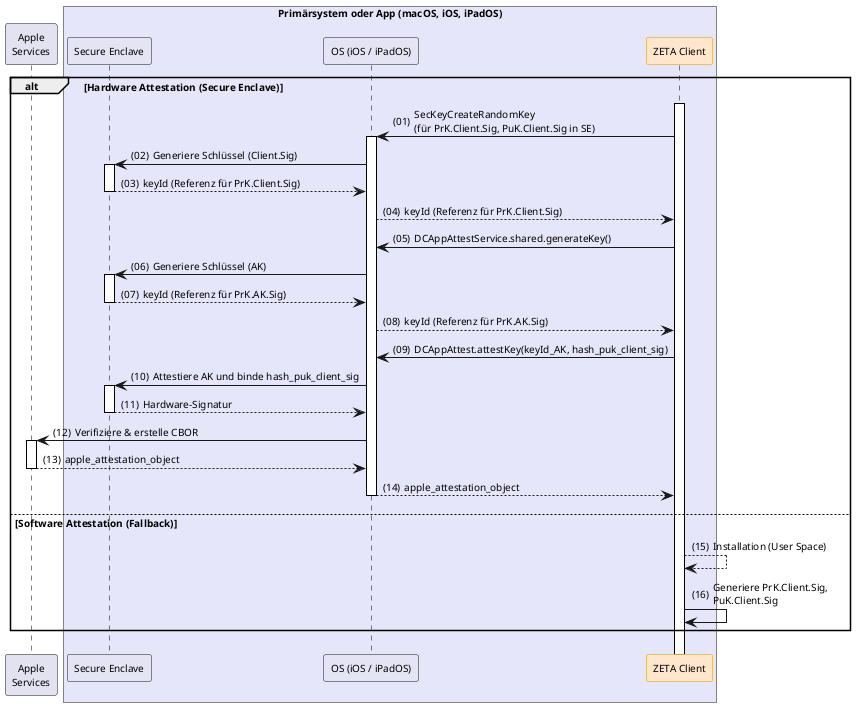
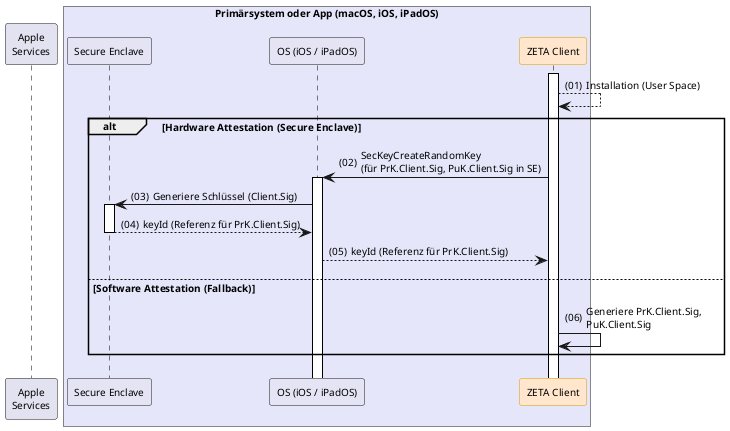
@startuml "client-installation"
autonumber "(00)"
skinparam defaultFontSize 10
skinparam defaultFontName Helvetica
skinparam DefaultMonospacedFontName Courier
skinparam lengthAdjust none
skinparam sequenceReferenceBackgroundColor White
skinparam SequenceReferenceFontSize 12
skinparam sequenceMessageAlign left
hide stereotype

' Box colors
!define ZETA_GUARD_COLOR #FFF3E5
!define LEI_COLOR #GhostWhite
!define LEI_COMPONENT_COLOR #E4E4F4
!define PRIMAERSYSTEM_COLOR #Lavender
!define PROVIDER_COLOR #EDFDEC

' Participant colors
<style>
sequenceDiagram {
  participant {
    .zeta {
      BackgroundColor #FFE6CC
      LineColor #D79B00
    }
    .provider {
      BackgroundColor #D5E8D4
      LineColor #82B366
    }
  }
  lifeline {
    BackgroundColor White
    LineColor Black
  }
}
</style>

' title Client Installation & Baseline-Etablierung

!pragma teoz true

participant "Apple\nServices" as Apple
box "Primärsystem oder App (macOS, iOS, iPadOS)" PRIMAERSYSTEM_COLOR
  participant "Secure Enclave" as SE LEI_COMPONENT_COLOR
  participant "OS (iOS / iPadOS)" as AppleOS LEI_COMPONENT_COLOR
  participant Client as "ZETA Client" <<zeta>>
end box

+ Client++
+ Client --> Client: Installation (User Space)
+ 
alt Hardware Attestation (Secure Enclave)
-     Client++
- 
- 
    Client -> AppleOS++: SecKeyCreateRandomKey\n(für PrK.Client.Sig, PuK.Client.Sig in SE)
    AppleOS -> SE++: Generiere Schlüssel (Client.Sig)
    SE --> AppleOS--: keyId (Referenz für PrK.Client.Sig)
    AppleOS --> Client: keyId (Referenz für PrK.Client.Sig)
- 
-     Client -> AppleOS: DCAppAttestService.shared.generateKey()
-     AppleOS -> SE++: Generiere Schlüssel (AK)
-     SE --> AppleOS--: keyId (Referenz für PrK.AK.Sig)
-     AppleOS --> Client: keyId (Referenz für PrK.AK.Sig)
- 
-     Client -> AppleOS: DCAppAttest.attestKey(keyId_AK, hash_puk_client_sig)
-     AppleOS -> SE++: Attestiere AK und binde hash_puk_client_sig
-     SE --> AppleOS--: Hardware-Signatur
-     AppleOS -> Apple++: Verifiziere & erstelle CBOR
-     Apple --> AppleOS--: apple_attestation_object
-     AppleOS --> Client--: apple_attestation_object
- 
- 
else Software Attestation (Fallback)
-     Client --> Client: Installation (User Space)
    Client -> Client: Generiere PrK.Client.Sig,\nPuK.Client.Sig
    ' Client --> Client: Lokale Messung des PS (Dateihashes ermitteln)
    ' Client -> Client: Speichere Baseline-Hash lokal & sicher ab
end

@enduml